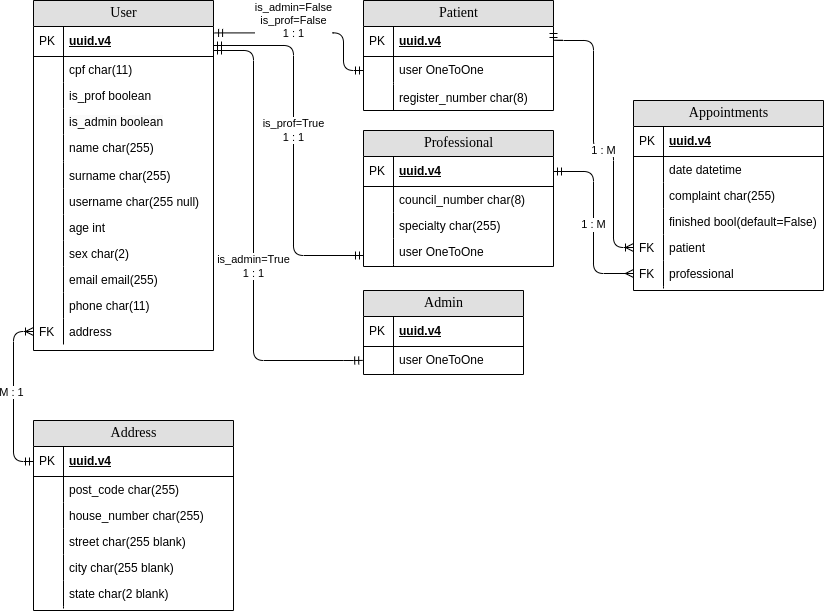
The draw.io diagram kenzie_doc_django.drawio.png in AndreKuratomi/kenzie_doc_django, before a commit. Source tidied: cells renumbered, new cells last; positions are measured from the earlier drawing's top-left corner, leaving out a move shared by most shapes.
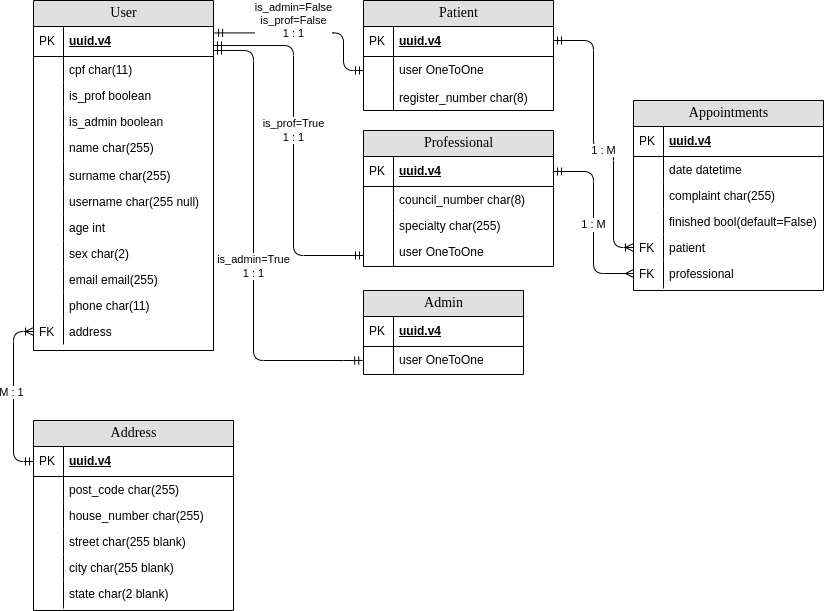
The same file after the commit.

The edit, as a diff of the source:
```diff
@@ -264,8 +264,9 @@
     <mxCell id="81" value="&lt;div&gt;is_admin=False&lt;/div&gt;&lt;div&gt;is_prof=False&lt;/div&gt;1 : 1" style="edgeLabel;html=1;align=center;verticalAlign=middle;" parent="1" vertex="1">
       <mxGeometry x="260" y="20" as="geometry" />
     </mxCell>
-    <mxCell id="82" style="edgeStyle=orthogonalEdgeStyle;rounded=1;jettySize=auto;html=1;curved=0;startArrow=ERmandOne;startFill=0;endArrow=ERoneToMany;endFill=0;exitX=1;exitY=0.5;exitDx=0;exitDy=0;entryX=0;entryY=0.5;entryDx=0;entryDy=0;" parent="1" edge="1" source="32" target="67">
+    <mxCell id="82" style="edgeStyle=orthogonalEdgeStyle;rounded=1;jettySize=auto;html=1;curved=0;startArrow=ERmandOne;startFill=0;endArrow=ERoneToMany;endFill=0;entryX=0;entryY=0.5;entryDx=0;entryDy=0;" parent="1" edge="1" target="67">
       <mxGeometry relative="1" as="geometry">
+        <mxPoint x="520" y="40" as="sourcePoint" />
         <Array as="points">
           <mxPoint x="560" y="40" />
           <mxPoint x="560" y="150" />
```
